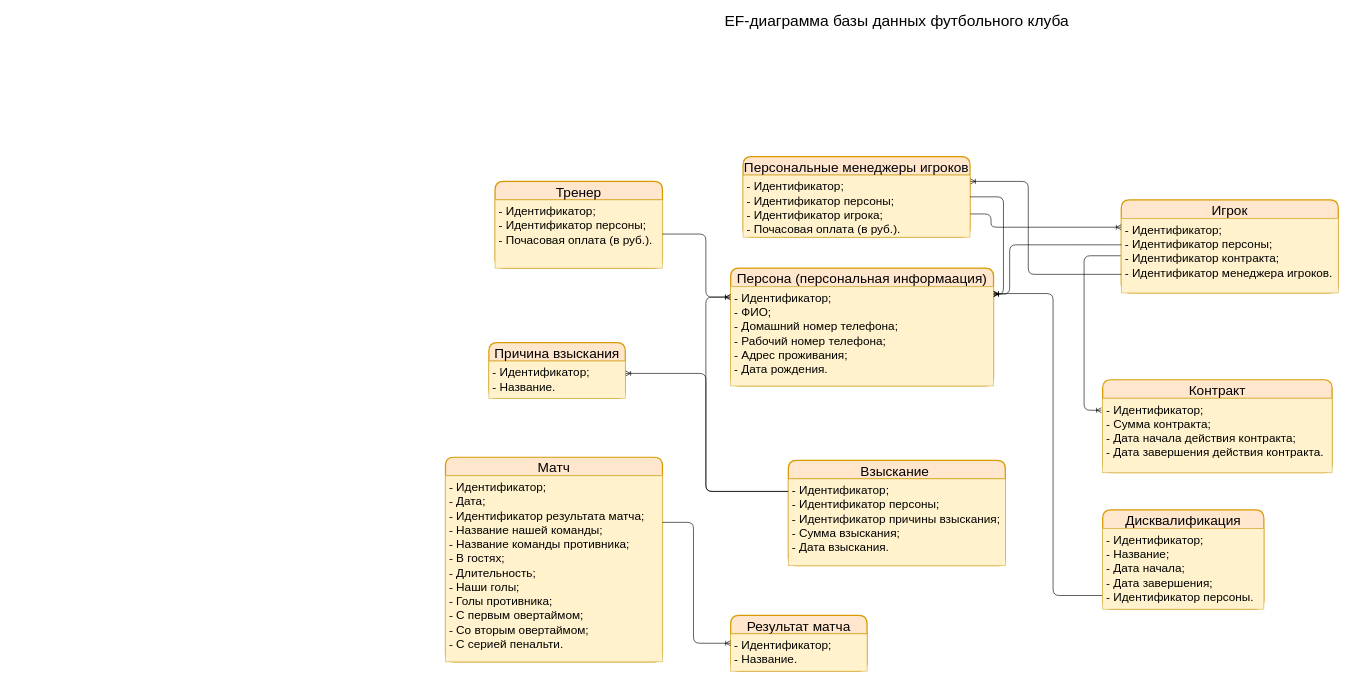
Zzzaikin/FootballClub keeps this draw.io diagram as EF-диаграмма футбольного клуба.drawio. Above is the earlier version. Source tidied: cells renumbered, new cells numbered last; positions are measured from the earlier drawing's top-left corner, leaving out a move shared by most shapes. Both pictures are drawn from the tidied source at 62%, with x=0, y=0 at pixel (445, 14).
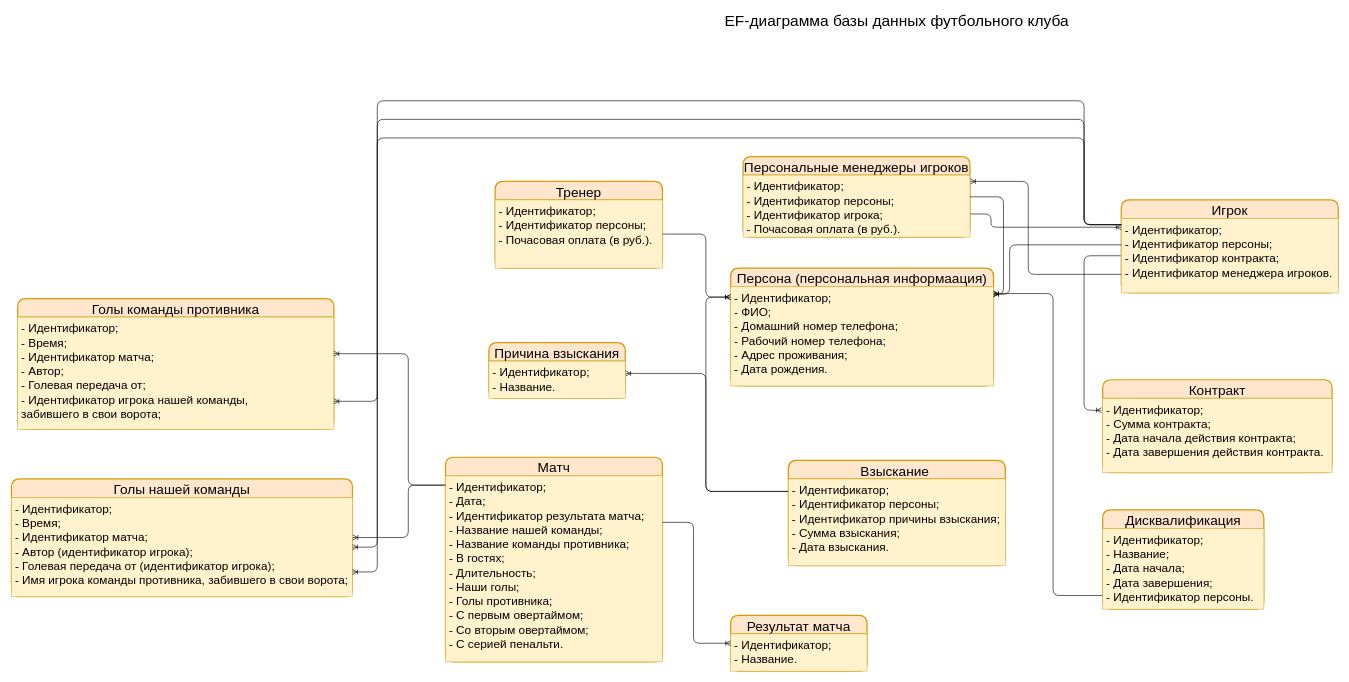
The same page after the edit.

Unchanged cells that the change refers to:
```xml
<mxCell id="15" value="- Идентификатор;&#10;- Идентификатор персоны;&#10;- Идентификатор контракта;&#10;- Идентификатор менеджера игроков." style="align=left;strokeColor=#d6b656;fillColor=#fff2cc;spacingLeft=4;fontSize=19;verticalAlign=top;" parent="14" vertex="1">
  <mxGeometry y="30" width="350" height="120" as="geometry" />
</mxCell>
```

Change to the diagram source:
```diff
@@
+    <mxCell id="33" value="Голы команды противника" style="swimlane;horizontal=1;startSize=30;rounded=1;fontSize=22;fontStyle=0;strokeWidth=2;shadow=0;dashed=0;align=center;fillColor=#ffe6cc;strokeColor=#d79b00;" parent="1" vertex="1">
+      <mxGeometry x="-690" y="459" width="510" height="211" as="geometry" />
+    </mxCell>
+    <mxCell id="34" value="- Идентификатор;&#10;- Время;&#10;- Идентификатор матча;&#10;- Автор;&#10;- Голевая передача от;&#10;- Идентификатор игрока нашей команды, &#10;забившего в свои ворота;" style="align=left;strokeColor=#d6b656;fillColor=#fff2cc;spacingLeft=4;fontSize=19;verticalAlign=top;" parent="33" vertex="1">
+      <mxGeometry y="30" width="510" height="181" as="geometry" />
+    </mxCell>
+    <mxCell id="35" value="Голы нашей команды" style="swimlane;horizontal=1;startSize=30;rounded=1;fontSize=22;fontStyle=0;strokeWidth=2;shadow=0;dashed=0;align=center;fillColor=#ffe6cc;strokeColor=#d79b00;" parent="1" vertex="1">
+      <mxGeometry x="-700" y="750" width="550" height="190" as="geometry" />
+    </mxCell>
+    <mxCell id="36" value="- Идентификатор;&#10;- Время;&#10;- Идентификатор матча;&#10;- Автор (идентификатор игрока);&#10;- Голевая передача от (идентификатор игрока);&#10;- Имя игрока команды противника, забившего в свои ворота;" style="align=left;strokeColor=#d6b656;fillColor=#fff2cc;spacingLeft=4;fontSize=19;verticalAlign=top;" parent="35" vertex="1">
+      <mxGeometry y="30" width="550" height="160" as="geometry" />
+    </mxCell>
+    <mxCell id="37" style="edgeStyle=orthogonalEdgeStyle;fontSize=12;html=1;endArrow=ERoneToMany;entryX=1.001;entryY=0.403;entryDx=0;entryDy=0;entryPerimeter=0;" parent="1" edge="1" target="36">
+      <mxGeometry relative="1" as="geometry">
+        <mxPoint x="-1" y="760" as="sourcePoint" />
+        <Array as="points">
+          <mxPoint x="-60" y="760" />
+          <mxPoint x="-60" y="845" />
+        </Array>
+      </mxGeometry>
+    </mxCell>
+    <mxCell id="38" style="edgeStyle=orthogonalEdgeStyle;fontSize=12;html=1;endArrow=ERoneToMany;" parent="1" edge="1" target="34">
+      <mxGeometry relative="1" as="geometry">
+        <mxPoint y="760" as="sourcePoint" />
+        <Array as="points">
+          <mxPoint x="-60" y="760" />
+          <mxPoint x="-60" y="548" />
+        </Array>
+      </mxGeometry>
+    </mxCell>
+    <mxCell id="39" style="edgeStyle=orthogonalEdgeStyle;fontSize=12;html=1;endArrow=ERoneToMany;entryX=1;entryY=0.75;entryDx=0;entryDy=0;" parent="1" edge="1" target="36">
+      <mxGeometry relative="1" as="geometry">
+        <mxPoint x="1090" y="340" as="sourcePoint" />
+        <Array as="points">
+          <mxPoint x="1030" y="340" />
+          <mxPoint x="1030" y="200" />
+          <mxPoint x="-110" y="200" />
+          <mxPoint x="-110" y="900" />
+        </Array>
+      </mxGeometry>
+    </mxCell>
+    <mxCell id="40" style="edgeStyle=orthogonalEdgeStyle;fontSize=12;html=1;endArrow=ERoneToMany;entryX=1;entryY=0.5;entryDx=0;entryDy=0;" parent="1" edge="1" target="36">
+      <mxGeometry relative="1" as="geometry">
+        <mxPoint x="1090" y="340" as="sourcePoint" />
+        <Array as="points">
+          <mxPoint x="1030" y="340" />
+          <mxPoint x="1030" y="170" />
+          <mxPoint x="-110" y="170" />
+          <mxPoint x="-110" y="860" />
+        </Array>
+      </mxGeometry>
+    </mxCell>
+    <mxCell id="41" style="edgeStyle=orthogonalEdgeStyle;fontSize=12;html=1;endArrow=ERoneToMany;entryX=1;entryY=0.75;entryDx=0;entryDy=0;exitX=0.001;exitY=0.08;exitDx=0;exitDy=0;exitPerimeter=0;" parent="1" edge="1" source="15" target="34">
+      <mxGeometry relative="1" as="geometry">
+        <Array as="points">
+          <mxPoint x="1030" y="340" />
+          <mxPoint x="1030" y="140" />
+          <mxPoint x="-110" y="140" />
+          <mxPoint x="-110" y="625" />
+        </Array>
+      </mxGeometry>
+    </mxCell>
```
